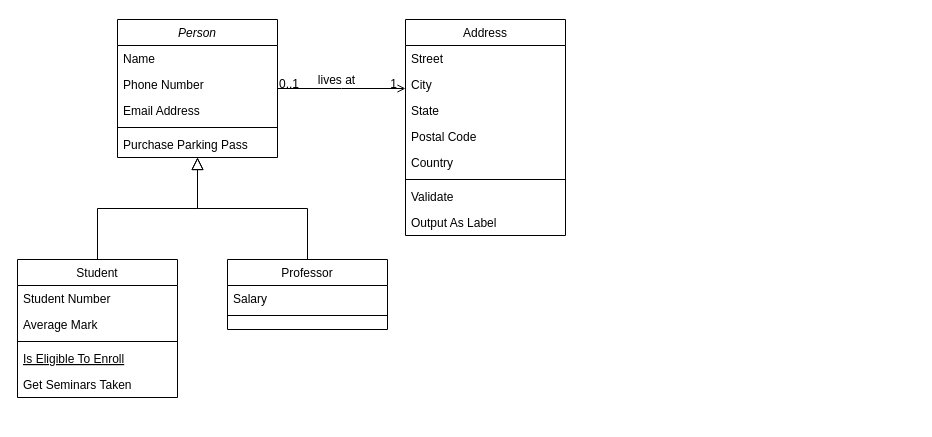
This is 未命名绘图.drawio from jarlazure/springcloud-config, a draw.io file, before an edit. Source tidied: cells renumbered, new cells numbered last; positions are measured from the earlier drawing's top-left corner, leaving out a move shared by most shapes. Both pictures are drawn from the tidied source at 100%, with x=0, y=0 at pixel (17, 19).
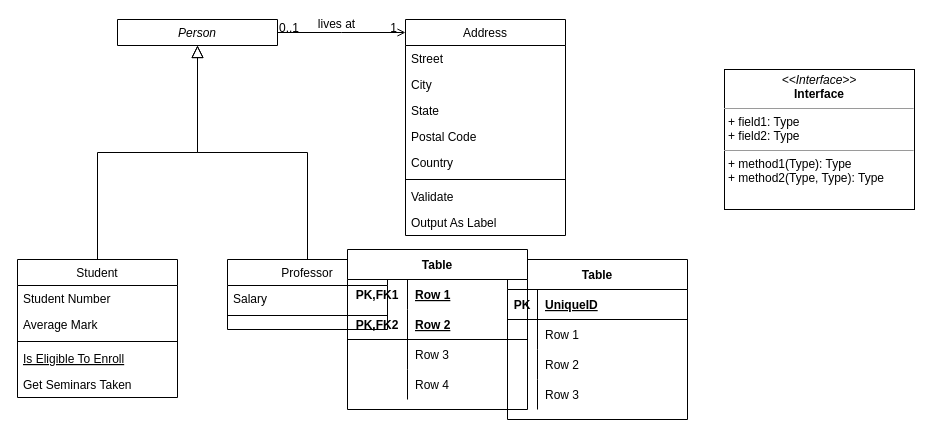
The same page after the edit.

Commit message:
更新未命名绘图.drawio

What changed in the source:
```diff
@@
-    <mxCell id="2" value="Person" style="swimlane;fontStyle=2;align=center;verticalAlign=top;horizontal=1;startSize=26;rounded=0;shadow=0;strokeWidth=1;" parent="1" vertex="1">
-      <mxGeometry x="100" width="160" height="138" as="geometry" />
+    <mxCell id="2" value="Person" style="swimlane;fontStyle=2;align=center;verticalAlign=top;horizontal=1;startSize=26;rounded=0;shadow=0;strokeWidth=1;" parent="1" vertex="1" collapsed="1">
+      <mxGeometry x="100" width="160" height="26" as="geometry" />
     </mxCell>
-    <mxCell id="3" value="Name" style="text;align=left;verticalAlign=top;spacingLeft=4;spacingRight=4;overflow=hidden;" parent="2" vertex="1">
-      <mxGeometry y="26" width="160" height="26" as="geometry" />
-    </mxCell>
-    <mxCell id="4" value="Phone Number" style="text;align=left;verticalAlign=top;spacingLeft=4;spacingRight=4;overflow=hidden;rounded=0;shadow=0;html=0;" parent="2" vertex="1">
-      <mxGeometry y="52" width="160" height="26" as="geometry" />
-    </mxCell>
-    <mxCell id="5" value="Email Address" style="text;align=left;verticalAlign=top;spacingLeft=4;spacingRight=4;overflow=hidden;rounded=0;shadow=0;html=0;" parent="2" vertex="1">
-      <mxGeometry y="78" width="160" height="26" as="geometry" />
-    </mxCell>
-    <mxCell id="6" style="line;html=1;strokeWidth=1;align=left;verticalAlign=middle;spacingTop=-1;spacingLeft=3;spacingRight=3;labelPosition=right;" parent="2" vertex="1">
-      <mxGeometry y="104" width="160" height="8" as="geometry" />
-    </mxCell>
-    <mxCell id="7" value="Purchase Parking Pass" style="text;align=left;verticalAlign=top;spacingLeft=4;spacingRight=4;overflow=hidden;" parent="2" vertex="1">
-      <mxGeometry y="112" width="160" height="26" as="geometry" />
-    </mxCell>
@@
+    <mxCell id="32" value="&lt;p style=&quot;margin:0px;margin-top:4px;text-align:center;&quot;&gt;&lt;i&gt;&amp;lt;&amp;lt;Interface&amp;gt;&amp;gt;&lt;/i&gt;&lt;br/&gt;&lt;b&gt;Interface&lt;/b&gt;&lt;/p&gt;&lt;hr size=&quot;1&quot;/&gt;&lt;p style=&quot;margin:0px;margin-left:4px;&quot;&gt;+ field1: Type&lt;br/&gt;+ field2: Type&lt;/p&gt;&lt;hr size=&quot;1&quot;/&gt;&lt;p style=&quot;margin:0px;margin-left:4px;&quot;&gt;+ method1(Type): Type&lt;br/&gt;+ method2(Type, Type): Type&lt;/p&gt;" style="verticalAlign=top;align=left;overflow=fill;fontSize=12;fontFamily=Helvetica;html=1;hachureGap=4;" parent="1" vertex="1">
+      <mxGeometry x="707" y="50" width="190" height="140" as="geometry" />
+    </mxCell>
+    <mxCell id="33" value="Table" style="shape=table;startSize=30;childLayout=tableLayout;rowLines=0;fontStyle=1;align=center;hachureGap=4;" parent="1" vertex="1">
+      <mxGeometry x="490" y="240" width="180" height="160" as="geometry" />
+    </mxCell>
+    <mxCell id="34" style="shape=partialRectangle;fillColor=none;top=0;left=0;bottom=1;right=0;" parent="33" vertex="1">
+      <mxGeometry y="30" width="180" height="30" as="geometry" />
+    </mxCell>
+    <mxCell id="35" value="PK" style="shape=partialRectangle;fillColor=none;top=0;left=0;bottom=0;right=0;fontStyle=1;overflow=hidden;" parent="34" vertex="1">
+      <mxGeometry width="30" height="30" as="geometry" />
+    </mxCell>
+    <mxCell id="36" value="UniqueID" style="shape=partialRectangle;fillColor=none;top=0;left=0;bottom=0;right=0;align=left;spacingLeft=6;fontStyle=5;overflow=hidden;" parent="34" vertex="1">
+      <mxGeometry x="30" width="150" height="30" as="geometry" />
+    </mxCell>
+    <mxCell id="37" style="shape=partialRectangle;fillColor=none;top=0;left=0;bottom=0;right=0;" parent="33" vertex="1">
+      <mxGeometry y="60" width="180" height="30" as="geometry" />
+    </mxCell>
+    <mxCell id="38" style="shape=partialRectangle;fillColor=none;top=0;left=0;bottom=0;right=0;overflow=hidden;" parent="37" vertex="1">
+      <mxGeometry width="30" height="30" as="geometry" />
+    </mxCell>
+    <mxCell id="39" value="Row 1" style="shape=partialRectangle;fillColor=none;top=0;left=0;bottom=0;right=0;align=left;spacingLeft=6;overflow=hidden;" parent="37" vertex="1">
+      <mxGeometry x="30" width="150" height="30" as="geometry" />
+    </mxCell>
+    <mxCell id="40" style="shape=partialRectangle;fillColor=none;top=0;left=0;bottom=0;right=0;" parent="33" vertex="1">
+      <mxGeometry y="90" width="180" height="30" as="geometry" />
+    </mxCell>
+    <mxCell id="41" style="shape=partialRectangle;fillColor=none;top=0;left=0;bottom=0;right=0;overflow=hidden;" parent="40" vertex="1">
+      <mxGeometry width="30" height="30" as="geometry" />
+    </mxCell>
+    <mxCell id="42" value="Row 2" style="shape=partialRectangle;fillColor=none;top=0;left=0;bottom=0;right=0;align=left;spacingLeft=6;overflow=hidden;" parent="40" vertex="1">
+      <mxGeometry x="30" width="150" height="30" as="geometry" />
+    </mxCell>
+    <mxCell id="43" style="shape=partialRectangle;fillColor=none;top=0;left=0;bottom=0;right=0;" parent="33" vertex="1">
+      <mxGeometry y="120" width="180" height="30" as="geometry" />
+    </mxCell>
+    <mxCell id="44" style="shape=partialRectangle;fillColor=none;top=0;left=0;bottom=0;right=0;overflow=hidden;" parent="43" vertex="1">
+      <mxGeometry width="30" height="30" as="geometry" />
+    </mxCell>
+    <mxCell id="45" value="Row 3" style="shape=partialRectangle;fillColor=none;top=0;left=0;bottom=0;right=0;align=left;spacingLeft=6;overflow=hidden;" parent="43" vertex="1">
+      <mxGeometry x="30" width="150" height="30" as="geometry" />
+    </mxCell>
+    <mxCell id="46" value="Table" style="shape=table;startSize=30;childLayout=tableLayout;rowLines=0;fontStyle=1;align=center;hachureGap=4;" parent="1" vertex="1">
+      <mxGeometry x="330" y="230" width="180" height="160" as="geometry" />
+    </mxCell>
+    <mxCell id="47" style="shape=partialRectangle;fillColor=none;top=0;left=0;bottom=0;right=0;" parent="46" vertex="1">
+      <mxGeometry y="30" width="180" height="30" as="geometry" />
+    </mxCell>
+    <mxCell id="48" value="PK,FK1" style="shape=partialRectangle;fillColor=none;top=0;left=0;bottom=0;right=0;fontStyle=1;overflow=hidden;" parent="47" vertex="1">
+      <mxGeometry width="60" height="30" as="geometry" />
+    </mxCell>
+    <mxCell id="49" value="Row 1" style="shape=partialRectangle;fillColor=none;top=0;left=0;bottom=0;right=0;align=left;spacingLeft=6;fontStyle=5;overflow=hidden;" parent="47" vertex="1">
+      <mxGeometry x="60" width="120" height="30" as="geometry" />
+    </mxCell>
+    <mxCell id="50" style="shape=partialRectangle;fillColor=none;top=0;left=0;bottom=1;right=0;" parent="46" vertex="1">
+      <mxGeometry y="60" width="180" height="30" as="geometry" />
+    </mxCell>
+    <mxCell id="51" value="PK,FK2" style="shape=partialRectangle;fillColor=none;top=0;left=0;bottom=0;right=0;fontStyle=1;overflow=hidden;" parent="50" vertex="1">
+      <mxGeometry width="60" height="30" as="geometry" />
+    </mxCell>
+    <mxCell id="52" value="Row 2" style="shape=partialRectangle;fillColor=none;top=0;left=0;bottom=0;right=0;align=left;spacingLeft=6;fontStyle=5;overflow=hidden;" parent="50" vertex="1">
+      <mxGeometry x="60" width="120" height="30" as="geometry" />
+    </mxCell>
+    <mxCell id="53" style="shape=partialRectangle;fillColor=none;top=0;left=0;bottom=0;right=0;" parent="46" vertex="1">
+      <mxGeometry y="90" width="180" height="30" as="geometry" />
+    </mxCell>
+    <mxCell id="54" style="shape=partialRectangle;fillColor=none;top=0;left=0;bottom=0;right=0;overflow=hidden;" parent="53" vertex="1">
+      <mxGeometry width="60" height="30" as="geometry" />
+    </mxCell>
+    <mxCell id="55" value="Row 3" style="shape=partialRectangle;fillColor=none;top=0;left=0;bottom=0;right=0;align=left;spacingLeft=6;overflow=hidden;" parent="53" vertex="1">
+      <mxGeometry x="60" width="120" height="30" as="geometry" />
+    </mxCell>
+    <mxCell id="56" style="shape=partialRectangle;fillColor=none;top=0;left=0;bottom=0;right=0;" parent="46" vertex="1">
+      <mxGeometry y="120" width="180" height="30" as="geometry" />
+    </mxCell>
+    <mxCell id="57" style="shape=partialRectangle;fillColor=none;top=0;left=0;bottom=0;right=0;overflow=hidden;" parent="56" vertex="1">
+      <mxGeometry width="60" height="30" as="geometry" />
+    </mxCell>
+    <mxCell id="58" value="Row 4" style="shape=partialRectangle;fillColor=none;top=0;left=0;bottom=0;right=0;align=left;spacingLeft=6;overflow=hidden;" parent="56" vertex="1">
+      <mxGeometry x="60" width="120" height="30" as="geometry" />
+    </mxCell>
```
